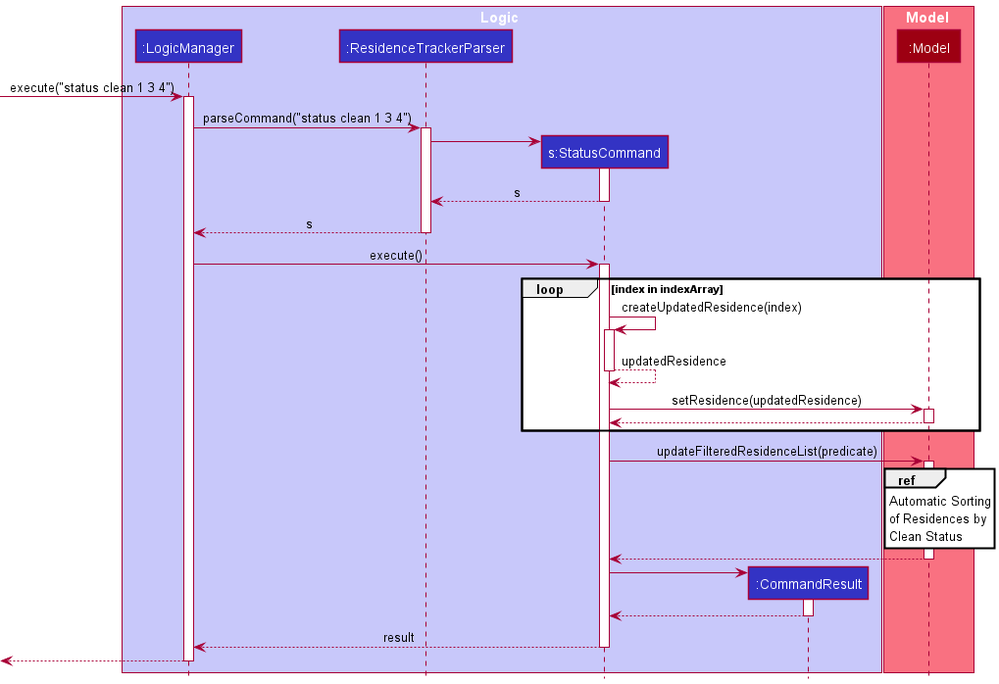
Before: docs/images/StatusSequenceDiagram.png, a diagram exported from PlantUML (nus-cs2103-AY2021S2/tp).
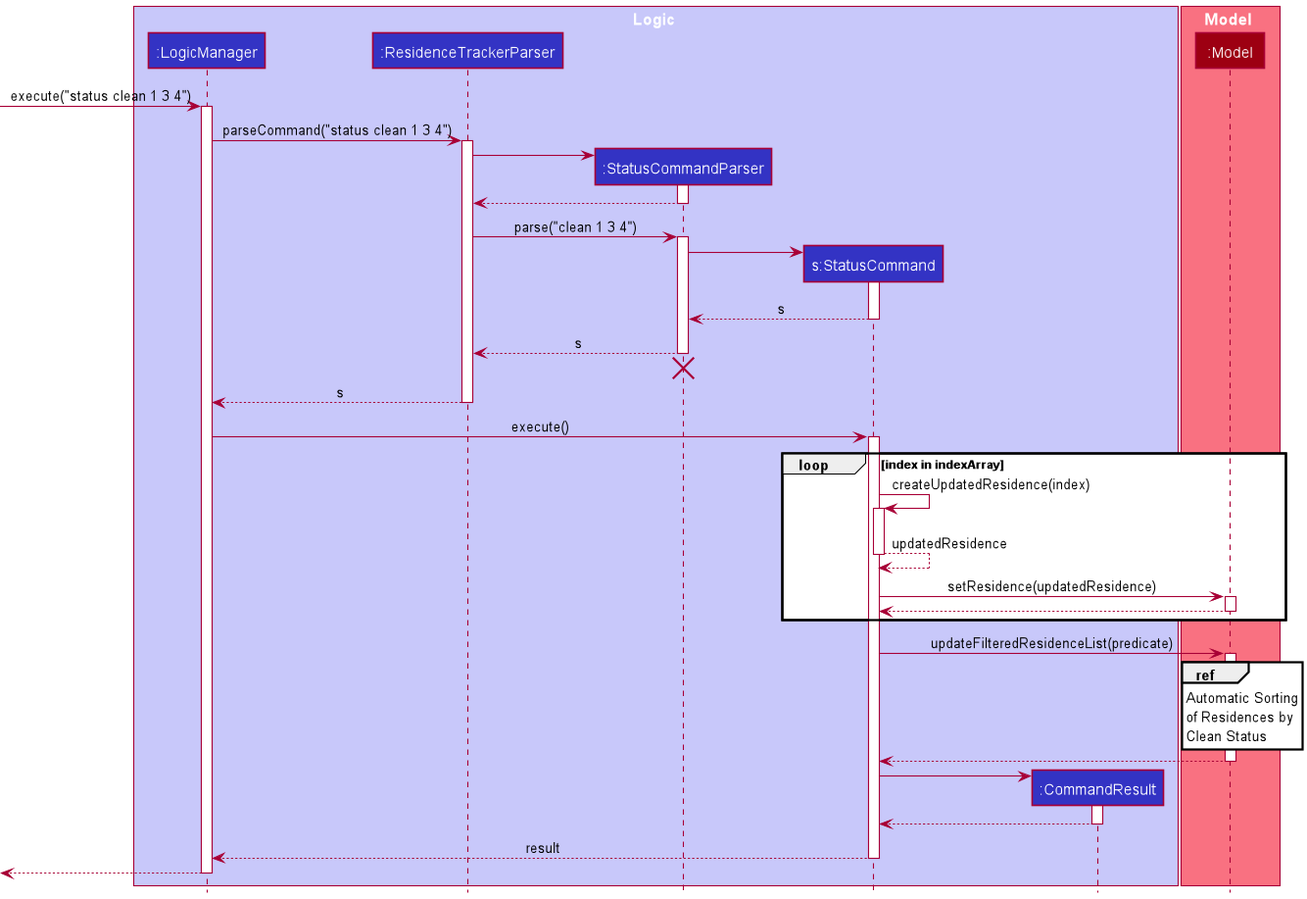
The same file after the commit.

Change to the diagram source:
```diff
@@ -4,6 +4,8 @@
 box Logic LOGIC_COLOR_T1
 participant ":LogicManager" as LogicManager LOGIC_COLOR
 participant ":ResidenceTrackerParser" as ResidenceTrackerParser LOGIC_COLOR
+participant ":StatusCommandParser" as StatusCommandParser LOGIC_COLOR
+
 participant "s:StatusCommand" as StatusCommand LOGIC_COLOR
 participant ":CommandResult" as CommandResult LOGIC_COLOR
 end box
@@ -18,12 +20,27 @@
 LogicManager -> ResidenceTrackerParser : parseCommand("status clean 1 3 4")
 activate ResidenceTrackerParser
 
+create StatusCommandParser
+ResidenceTrackerParser -> StatusCommandParser
+activate StatusCommandParser
+
+StatusCommandParser --> ResidenceTrackerParser
+deactivate StatusCommandParser
+
+ResidenceTrackerParser -> StatusCommandParser : parse("clean 1 3 4")
+activate StatusCommandParser
+
 create StatusCommand
-ResidenceTrackerParser -> StatusCommand
+StatusCommandParser -> StatusCommand
 activate StatusCommand
 
-StatusCommand --> ResidenceTrackerParser : s
+StatusCommand --> StatusCommandParser : s
 deactivate StatusCommand
+
+StatusCommandParser -->ResidenceTrackerParser : s
+deactivate StatusCommandParser
+StatusCommandParser -[hidden]-> ResidenceTrackerParser
+destroy StatusCommandParser
 
 ResidenceTrackerParser --> LogicManager : s
 deactivate ResidenceTrackerParser
```
